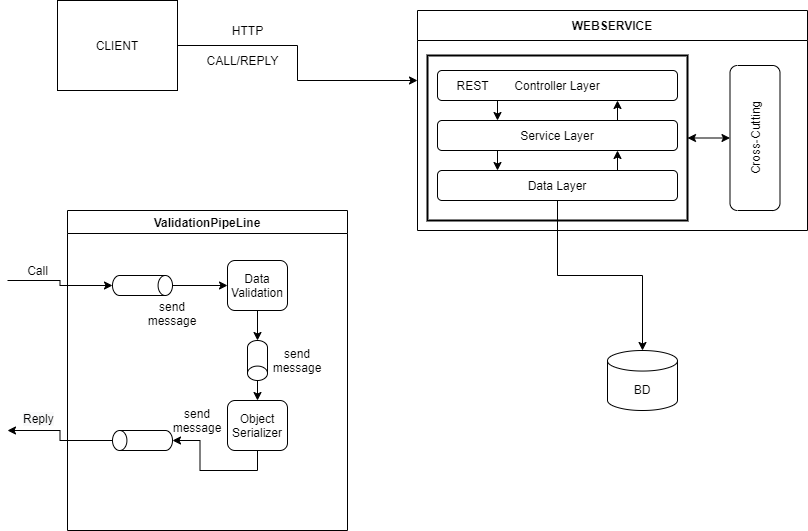
Earlier version of the draw.io export image.png (RicardoJardim/Pipes-Filters). Source tidied: cells renumbered, new cells last; positions are measured from the earlier drawing's top-left corner, leaving out a move shared by most shapes. Its diagram source:
```xml
<mxGraphModel>
  <root>
    <mxCell id="0" />
    <mxCell id="1" parent="0" />
    <mxCell id="2" style="edgeStyle=orthogonalEdgeStyle;rounded=0;jettySize=auto;html=1;exitX=1;exitY=0.5;exitDx=0;exitDy=0;" parent="1" edge="1" source="3">
      <mxGeometry relative="1" as="geometry">
        <mxPoint x="410" y="80" as="targetPoint" />
      </mxGeometry>
    </mxCell>
    <mxCell id="3" value="CLIENT" style="rounded=0;whiteSpace=wrap;html=1;" parent="1" vertex="1">
      <mxGeometry x="50" width="120" height="90" as="geometry" />
    </mxCell>
    <mxCell id="4" style="edgeStyle=orthogonalEdgeStyle;rounded=0;jettySize=auto;html=1;exitX=0.5;exitY=1;exitDx=0;exitDy=0;entryX=0.5;entryY=0;entryDx=0;entryDy=0;entryPerimeter=0;" parent="1" edge="1" source="13" target="19">
      <mxGeometry relative="1" as="geometry" />
    </mxCell>
    <mxCell id="5" value="WEBSERVICE" style="swimlane;fillColor=#FFFFFF;startSize=30;" parent="1" vertex="1">
      <mxGeometry x="410" y="10" width="390" height="220" as="geometry" />
    </mxCell>
    <mxCell id="6" style="edgeStyle=orthogonalEdgeStyle;rounded=0;jettySize=auto;html=1;exitX=0.25;exitY=1;exitDx=0;exitDy=0;entryX=0.25;entryY=0;entryDx=0;entryDy=0;" parent="5" edge="1" source="7" target="11">
      <mxGeometry relative="1" as="geometry" />
    </mxCell>
    <mxCell id="7" value="Controller Layer" style="rounded=1;whiteSpace=wrap;html=1;fillColor=#FFFFFF;" parent="5" vertex="1">
      <mxGeometry x="20" y="60" width="240" height="30" as="geometry" />
    </mxCell>
    <mxCell id="8" value="REST" style="text;html=1;align=center;verticalAlign=middle;strokeColor=none;" parent="5" vertex="1">
      <mxGeometry x="30" y="65" width="50" height="20" as="geometry" />
    </mxCell>
    <mxCell id="9" style="edgeStyle=orthogonalEdgeStyle;rounded=0;jettySize=auto;html=1;exitX=0.25;exitY=1;exitDx=0;exitDy=0;entryX=0.25;entryY=0;entryDx=0;entryDy=0;" parent="5" edge="1" source="11" target="13">
      <mxGeometry relative="1" as="geometry" />
    </mxCell>
    <mxCell id="10" style="edgeStyle=orthogonalEdgeStyle;rounded=0;jettySize=auto;html=1;exitX=0.75;exitY=0;exitDx=0;exitDy=0;entryX=0.75;entryY=1;entryDx=0;entryDy=0;" parent="5" edge="1" source="11" target="7">
      <mxGeometry relative="1" as="geometry" />
    </mxCell>
    <mxCell id="11" value="Service Layer" style="rounded=1;whiteSpace=wrap;html=1;fillColor=#FFFFFF;" parent="5" vertex="1">
      <mxGeometry x="20" y="110" width="240" height="30" as="geometry" />
    </mxCell>
    <mxCell id="12" style="edgeStyle=orthogonalEdgeStyle;rounded=0;jettySize=auto;html=1;exitX=0.75;exitY=0;exitDx=0;exitDy=0;entryX=0.75;entryY=1;entryDx=0;entryDy=0;" parent="5" edge="1" source="13" target="11">
      <mxGeometry relative="1" as="geometry" />
    </mxCell>
    <mxCell id="13" value="Data Layer" style="rounded=1;whiteSpace=wrap;html=1;fillColor=#FFFFFF;" parent="5" vertex="1">
      <mxGeometry x="20" y="160" width="240" height="30" as="geometry" />
    </mxCell>
    <mxCell id="14" value="Cross-Cutting" style="rounded=1;whiteSpace=wrap;html=1;rotation=-90;" parent="5" vertex="1">
      <mxGeometry x="265" y="102.5" width="145" height="50" as="geometry" />
    </mxCell>
    <mxCell id="15" style="edgeStyle=orthogonalEdgeStyle;rounded=0;jettySize=auto;html=1;exitX=1;exitY=0.5;exitDx=0;exitDy=0;startArrow=classic;startFill=1;strokeWidth=1;" parent="5" edge="1" source="16" target="14">
      <mxGeometry relative="1" as="geometry" />
    </mxCell>
    <mxCell id="16" style="rounded=0;whiteSpace=wrap;html=1;fillColor=none;strokeWidth=2;" parent="5" vertex="1">
      <mxGeometry x="10" y="45" width="260" height="165" as="geometry" />
    </mxCell>
    <mxCell id="17" value="HTTP" style="text;html=1;align=center;verticalAlign=middle;strokeColor=none;" parent="1" vertex="1">
      <mxGeometry x="215" y="20" width="50" height="20" as="geometry" />
    </mxCell>
    <mxCell id="18" value="CALL/REPLY" style="text;html=1;align=center;verticalAlign=middle;strokeColor=none;" parent="1" vertex="1">
      <mxGeometry x="190" y="50" width="90" height="20" as="geometry" />
    </mxCell>
    <mxCell id="19" value="BD" style="shape=cylinder3;whiteSpace=wrap;html=1;boundedLbl=1;backgroundOutline=1;size=10.275862068965523;fillColor=#FFFFFF;" parent="1" vertex="1">
      <mxGeometry x="600" y="350" width="70" height="60" as="geometry" />
    </mxCell>
    <mxCell id="20" value="ValidationPipeLine" style="swimlane;fillColor=#FFFFFF;" parent="1" vertex="1">
      <mxGeometry x="60" y="210" width="280" height="320" as="geometry" />
    </mxCell>
    <mxCell id="21" style="edgeStyle=orthogonalEdgeStyle;rounded=0;jettySize=auto;html=1;exitX=0.5;exitY=0;exitDx=0;exitDy=0;exitPerimeter=0;entryX=0;entryY=0.5;entryDx=0;entryDy=0;" parent="20" edge="1" source="22" target="25">
      <mxGeometry relative="1" as="geometry" />
    </mxCell>
    <mxCell id="22" style="shape=cylinder3;whiteSpace=wrap;html=1;boundedLbl=1;backgroundOutline=1;size=7.206896551724014;fillColor=#FFFFFF;rotation=90;" parent="20" vertex="1">
      <mxGeometry x="65" y="45" width="20" height="60" as="geometry" />
    </mxCell>
    <mxCell id="23" style="edgeStyle=orthogonalEdgeStyle;rounded=0;jettySize=auto;html=1;entryX=0.5;entryY=1;entryDx=0;entryDy=0;entryPerimeter=0;" parent="20" edge="1" target="22">
      <mxGeometry relative="1" as="geometry">
        <mxPoint x="-60" y="70" as="sourcePoint" />
      </mxGeometry>
    </mxCell>
    <mxCell id="24" style="edgeStyle=orthogonalEdgeStyle;rounded=0;jettySize=auto;html=1;exitX=0.5;exitY=1;exitDx=0;exitDy=0;entryX=0.5;entryY=1;entryDx=0;entryDy=0;entryPerimeter=0;" parent="20" edge="1" source="25" target="27">
      <mxGeometry relative="1" as="geometry" />
    </mxCell>
    <mxCell id="25" value="Data Validation" style="rounded=1;whiteSpace=wrap;html=1;" parent="20" vertex="1">
      <mxGeometry x="160" y="50" width="60" height="50" as="geometry" />
    </mxCell>
    <mxCell id="26" style="edgeStyle=orthogonalEdgeStyle;rounded=0;jettySize=auto;html=1;exitX=0.5;exitY=0;exitDx=0;exitDy=0;exitPerimeter=0;entryX=0.5;entryY=0;entryDx=0;entryDy=0;" parent="20" edge="1" source="27" target="29">
      <mxGeometry relative="1" as="geometry" />
    </mxCell>
    <mxCell id="27" style="shape=cylinder3;whiteSpace=wrap;html=1;boundedLbl=1;backgroundOutline=1;size=7.206896551724014;fillColor=#FFFFFF;rotation=-180;" parent="20" vertex="1">
      <mxGeometry x="180" y="130" width="20" height="40" as="geometry" />
    </mxCell>
    <mxCell id="28" style="edgeStyle=orthogonalEdgeStyle;rounded=0;jettySize=auto;html=1;exitX=0.5;exitY=1;exitDx=0;exitDy=0;entryX=0.5;entryY=1;entryDx=0;entryDy=0;entryPerimeter=0;" parent="20" edge="1" source="29" target="33">
      <mxGeometry relative="1" as="geometry" />
    </mxCell>
    <mxCell id="29" value="Object Serializer" style="rounded=1;whiteSpace=wrap;html=1;" parent="20" vertex="1">
      <mxGeometry x="160" y="190" width="60" height="50" as="geometry" />
    </mxCell>
    <mxCell id="30" value="send&lt;br&gt;message" style="text;html=1;strokeColor=none;fillColor=none;align=center;verticalAlign=middle;whiteSpace=wrap;rounded=0;" parent="20" vertex="1">
      <mxGeometry x="85" y="93" width="40" height="20" as="geometry" />
    </mxCell>
    <mxCell id="31" value="send&lt;br&gt;message" style="text;html=1;strokeColor=none;fillColor=none;align=center;verticalAlign=middle;whiteSpace=wrap;rounded=0;" parent="20" vertex="1">
      <mxGeometry x="210" y="140" width="40" height="20" as="geometry" />
    </mxCell>
    <mxCell id="32" value="send&lt;br&gt;message" style="text;html=1;strokeColor=none;fillColor=none;align=center;verticalAlign=middle;whiteSpace=wrap;rounded=0;" parent="20" vertex="1">
      <mxGeometry x="110" y="200" width="40" height="20" as="geometry" />
    </mxCell>
    <mxCell id="33" style="shape=cylinder3;whiteSpace=wrap;html=1;boundedLbl=1;backgroundOutline=1;size=7.206896551724014;fillColor=#FFFFFF;rotation=-90;" parent="20" vertex="1">
      <mxGeometry x="65" y="200" width="20" height="60" as="geometry" />
    </mxCell>
    <mxCell id="34" value="Call" style="text;html=1;align=center;verticalAlign=middle;strokeColor=none;" parent="1" vertex="1">
      <mxGeometry x="10" y="260" width="40" height="20" as="geometry" />
    </mxCell>
    <mxCell id="35" style="edgeStyle=orthogonalEdgeStyle;rounded=0;jettySize=auto;html=1;exitX=0.5;exitY=0;exitDx=0;exitDy=0;exitPerimeter=0;" parent="1" edge="1" source="33">
      <mxGeometry relative="1" as="geometry">
        <mxPoint y="430" as="targetPoint" />
      </mxGeometry>
    </mxCell>
    <mxCell id="36" value="&lt;span style=&quot;color: rgb(0 , 0 , 0) ; font-family: &amp;#34;helvetica&amp;#34; ; font-size: 12px ; font-style: normal ; font-weight: 400 ; letter-spacing: normal ; text-align: center ; text-indent: 0px ; text-transform: none ; word-spacing: 0px ; background-color: rgb(248 , 249 , 250) ; display: inline ; float: none&quot;&gt;Reply&lt;br&gt;&lt;/span&gt;" style="text;whiteSpace=wrap;html=1;" parent="1" vertex="1">
      <mxGeometry x="14" y="405" width="30" height="20" as="geometry" />
    </mxCell>
  </root>
</mxGraphModel>
```
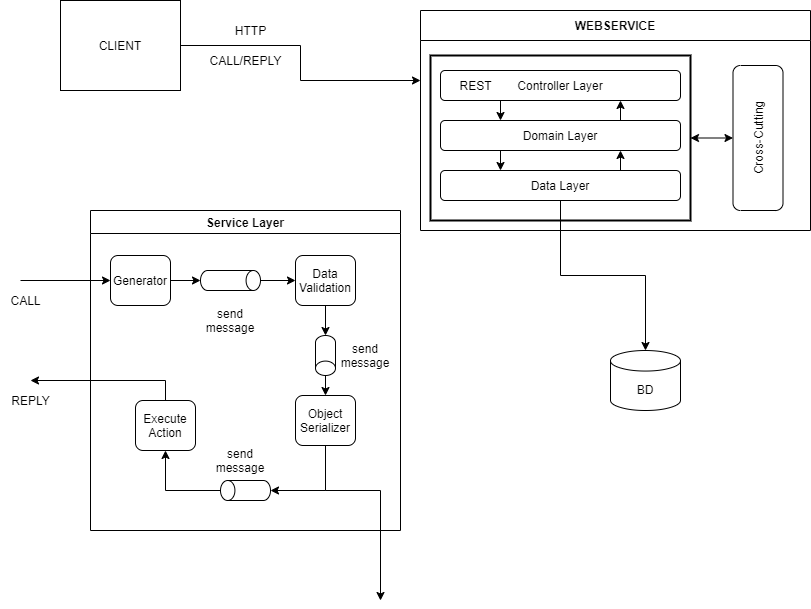
The same diagram one commit later.

Change to the diagram source:
```diff
@@ -16,6 +16,9 @@
     <mxCell id="5" value="WEBSERVICE" style="swimlane;fillColor=#FFFFFF;startSize=30;" parent="1" vertex="1">
       <mxGeometry x="410" y="10" width="390" height="220" as="geometry" />
     </mxCell>
+    <mxCell id="16" style="rounded=0;whiteSpace=wrap;html=1;fillColor=none;strokeWidth=2;" parent="5" vertex="1">
+      <mxGeometry x="10" y="45" width="260" height="165" as="geometry" />
+    </mxCell>
     <mxCell id="6" style="edgeStyle=orthogonalEdgeStyle;rounded=0;jettySize=auto;html=1;exitX=0.25;exitY=1;exitDx=0;exitDy=0;entryX=0.25;entryY=0;entryDx=0;entryDy=0;" parent="5" edge="1" source="7" target="11">
       <mxGeometry relative="1" as="geometry" />
     </mxCell>
@@ -31,7 +34,7 @@
     <mxCell id="10" style="edgeStyle=orthogonalEdgeStyle;rounded=0;jettySize=auto;html=1;exitX=0.75;exitY=0;exitDx=0;exitDy=0;entryX=0.75;entryY=1;entryDx=0;entryDy=0;" parent="5" edge="1" source="11" target="7">
       <mxGeometry relative="1" as="geometry" />
     </mxCell>
-    <mxCell id="11" value="Service Layer" style="rounded=1;whiteSpace=wrap;html=1;fillColor=#FFFFFF;" parent="5" vertex="1">
+    <mxCell id="11" value="Domain Layer" style="rounded=1;whiteSpace=wrap;html=1;fillColor=#FFFFFF;" parent="5" vertex="1">
       <mxGeometry x="20" y="110" width="240" height="30" as="geometry" />
     </mxCell>
     <mxCell id="12" style="edgeStyle=orthogonalEdgeStyle;rounded=0;jettySize=auto;html=1;exitX=0.75;exitY=0;exitDx=0;exitDy=0;entryX=0.75;entryY=1;entryDx=0;entryDy=0;" parent="5" edge="1" source="13" target="11">
@@ -46,9 +49,6 @@
     <mxCell id="15" style="edgeStyle=orthogonalEdgeStyle;rounded=0;jettySize=auto;html=1;exitX=1;exitY=0.5;exitDx=0;exitDy=0;startArrow=classic;startFill=1;strokeWidth=1;" parent="5" edge="1" source="16" target="14">
       <mxGeometry relative="1" as="geometry" />
     </mxCell>
-    <mxCell id="16" style="rounded=0;whiteSpace=wrap;html=1;fillColor=none;strokeWidth=2;" parent="5" vertex="1">
-      <mxGeometry x="10" y="45" width="260" height="165" as="geometry" />
-    </mxCell>
     <mxCell id="17" value="HTTP" style="text;html=1;align=center;verticalAlign=middle;strokeColor=none;" parent="1" vertex="1">
       <mxGeometry x="215" y="20" width="50" height="20" as="geometry" />
     </mxCell>
@@ -58,60 +58,86 @@
     <mxCell id="19" value="BD" style="shape=cylinder3;whiteSpace=wrap;html=1;boundedLbl=1;backgroundOutline=1;size=10.275862068965523;fillColor=#FFFFFF;" parent="1" vertex="1">
       <mxGeometry x="600" y="350" width="70" height="60" as="geometry" />
     </mxCell>
-    <mxCell id="20" value="ValidationPipeLine" style="swimlane;fillColor=#FFFFFF;" parent="1" vertex="1">
-      <mxGeometry x="60" y="210" width="280" height="320" as="geometry" />
+    <mxCell id="20" value="Service Layer" style="swimlane;fillColor=#FFFFFF;" parent="1" vertex="1">
+      <mxGeometry x="80" y="210" width="310" height="320" as="geometry" />
     </mxCell>
-    <mxCell id="21" style="edgeStyle=orthogonalEdgeStyle;rounded=0;jettySize=auto;html=1;exitX=0.5;exitY=0;exitDx=0;exitDy=0;exitPerimeter=0;entryX=0;entryY=0.5;entryDx=0;entryDy=0;" parent="20" edge="1" source="22" target="25">
-      <mxGeometry relative="1" as="geometry" />
+    <mxCell id="21" style="edgeStyle=orthogonalEdgeStyle;rounded=0;jettySize=auto;html=1;exitX=0.5;exitY=0;exitDx=0;exitDy=0;exitPerimeter=0;entryX=0;entryY=0.5;entryDx=0;entryDy=0;" parent="20" edge="1" target="25">
+      <mxGeometry relative="1" as="geometry">
+        <mxPoint x="150" y="70" as="sourcePoint" />
+      </mxGeometry>
     </mxCell>
+    <mxCell id="37" style="edgeStyle=orthogonalEdgeStyle;rounded=0;jettySize=auto;html=1;exitX=0.5;exitY=1;exitDx=0;exitDy=0;exitPerimeter=0;entryX=1;entryY=0.5;entryDx=0;entryDy=0;startArrow=classic;startFill=1;endArrow=none;endFill=0;" parent="20" edge="1" source="22" target="41">
+      <mxGeometry relative="1" as="geometry" />
+    </mxCell>
     <mxCell id="22" style="shape=cylinder3;whiteSpace=wrap;html=1;boundedLbl=1;backgroundOutline=1;size=7.206896551724014;fillColor=#FFFFFF;rotation=90;" parent="20" vertex="1">
-      <mxGeometry x="65" y="45" width="20" height="60" as="geometry" />
+      <mxGeometry x="130" y="40" width="20" height="60" as="geometry" />
     </mxCell>
-    <mxCell id="23" style="edgeStyle=orthogonalEdgeStyle;rounded=0;jettySize=auto;html=1;entryX=0.5;entryY=1;entryDx=0;entryDy=0;entryPerimeter=0;" parent="20" edge="1" target="22">
-      <mxGeometry relative="1" as="geometry">
-        <mxPoint x="-60" y="70" as="sourcePoint" />
-      </mxGeometry>
-    </mxCell>
     <mxCell id="24" style="edgeStyle=orthogonalEdgeStyle;rounded=0;jettySize=auto;html=1;exitX=0.5;exitY=1;exitDx=0;exitDy=0;entryX=0.5;entryY=1;entryDx=0;entryDy=0;entryPerimeter=0;" parent="20" edge="1" source="25" target="27">
       <mxGeometry relative="1" as="geometry" />
     </mxCell>
     <mxCell id="25" value="Data Validation" style="rounded=1;whiteSpace=wrap;html=1;" parent="20" vertex="1">
-      <mxGeometry x="160" y="50" width="60" height="50" as="geometry" />
+      <mxGeometry x="205" y="45" width="60" height="50" as="geometry" />
     </mxCell>
     <mxCell id="26" style="edgeStyle=orthogonalEdgeStyle;rounded=0;jettySize=auto;html=1;exitX=0.5;exitY=0;exitDx=0;exitDy=0;exitPerimeter=0;entryX=0.5;entryY=0;entryDx=0;entryDy=0;" parent="20" edge="1" source="27" target="29">
       <mxGeometry relative="1" as="geometry" />
     </mxCell>
     <mxCell id="27" style="shape=cylinder3;whiteSpace=wrap;html=1;boundedLbl=1;backgroundOutline=1;size=7.206896551724014;fillColor=#FFFFFF;rotation=-180;" parent="20" vertex="1">
-      <mxGeometry x="180" y="130" width="20" height="40" as="geometry" />
+      <mxGeometry x="225" y="125" width="20" height="40" as="geometry" />
     </mxCell>
-    <mxCell id="28" style="edgeStyle=orthogonalEdgeStyle;rounded=0;jettySize=auto;html=1;exitX=0.5;exitY=1;exitDx=0;exitDy=0;entryX=0.5;entryY=1;entryDx=0;entryDy=0;entryPerimeter=0;" parent="20" edge="1" source="29" target="33">
+    <mxCell id="28" style="edgeStyle=orthogonalEdgeStyle;rounded=0;jettySize=auto;html=1;exitX=0.5;exitY=1;exitDx=0;exitDy=0;entryX=0.5;entryY=1;entryDx=0;entryDy=0;entryPerimeter=0;" parent="20" edge="1" source="29" target="39">
       <mxGeometry relative="1" as="geometry" />
     </mxCell>
     <mxCell id="29" value="Object Serializer" style="rounded=1;whiteSpace=wrap;html=1;" parent="20" vertex="1">
-      <mxGeometry x="160" y="190" width="60" height="50" as="geometry" />
+      <mxGeometry x="205" y="185" width="60" height="50" as="geometry" />
     </mxCell>
+    <mxCell id="38" style="edgeStyle=orthogonalEdgeStyle;rounded=0;jettySize=auto;html=1;exitX=0.5;exitY=0;exitDx=0;exitDy=0;exitPerimeter=0;entryX=0.5;entryY=1;entryDx=0;entryDy=0;" parent="20" edge="1" source="39" target="40">
+      <mxGeometry relative="1" as="geometry" />
+    </mxCell>
+    <mxCell id="39" style="shape=cylinder3;whiteSpace=wrap;html=1;boundedLbl=1;backgroundOutline=1;size=7.206896551724014;fillColor=#FFFFFF;rotation=-90;" parent="20" vertex="1">
+      <mxGeometry x="145" y="255" width="20" height="50" as="geometry" />
+    </mxCell>
+    <mxCell id="40" value="Execute Action" style="rounded=1;whiteSpace=wrap;html=1;" parent="20" vertex="1">
+      <mxGeometry x="45" y="190" width="60" height="50" as="geometry" />
+    </mxCell>
     <mxCell id="30" value="send&lt;br&gt;message" style="text;html=1;strokeColor=none;fillColor=none;align=center;verticalAlign=middle;whiteSpace=wrap;rounded=0;" parent="20" vertex="1">
-      <mxGeometry x="85" y="93" width="40" height="20" as="geometry" />
+      <mxGeometry x="120" y="100" width="40" height="20" as="geometry" />
     </mxCell>
     <mxCell id="31" value="send&lt;br&gt;message" style="text;html=1;strokeColor=none;fillColor=none;align=center;verticalAlign=middle;whiteSpace=wrap;rounded=0;" parent="20" vertex="1">
-      <mxGeometry x="210" y="140" width="40" height="20" as="geometry" />
+      <mxGeometry x="255" y="135" width="40" height="20" as="geometry" />
     </mxCell>
+    <mxCell id="41" value="Generator" style="rounded=1;whiteSpace=wrap;html=1;" parent="20" vertex="1">
+      <mxGeometry x="20" y="45" width="60" height="50" as="geometry" />
+    </mxCell>
     <mxCell id="32" value="send&lt;br&gt;message" style="text;html=1;strokeColor=none;fillColor=none;align=center;verticalAlign=middle;whiteSpace=wrap;rounded=0;" parent="20" vertex="1">
-      <mxGeometry x="110" y="200" width="40" height="20" as="geometry" />
+      <mxGeometry x="130" y="240" width="40" height="20" as="geometry" />
     </mxCell>
-    <mxCell id="33" style="shape=cylinder3;whiteSpace=wrap;html=1;boundedLbl=1;backgroundOutline=1;size=7.206896551724014;fillColor=#FFFFFF;rotation=-90;" parent="20" vertex="1">
-      <mxGeometry x="65" y="200" width="20" height="60" as="geometry" />
-    </mxCell>
-    <mxCell id="34" value="Call" style="text;html=1;align=center;verticalAlign=middle;strokeColor=none;" parent="1" vertex="1">
-      <mxGeometry x="10" y="260" width="40" height="20" as="geometry" />
+    <mxCell id="34" value="CALL" style="text;html=1;align=center;verticalAlign=middle;strokeColor=none;" parent="1" vertex="1">
+      <mxGeometry x="-10" y="290" width="50" height="20" as="geometry" />
     </mxCell>
-    <mxCell id="35" style="edgeStyle=orthogonalEdgeStyle;rounded=0;jettySize=auto;html=1;exitX=0.5;exitY=0;exitDx=0;exitDy=0;exitPerimeter=0;" parent="1" edge="1" source="33">
-      <mxGeometry relative="1" as="geometry">
-        <mxPoint y="430" as="targetPoint" />
-      </mxGeometry>
-    </mxCell>
-    <mxCell id="36" value="&lt;span style=&quot;color: rgb(0 , 0 , 0) ; font-family: &amp;#34;helvetica&amp;#34; ; font-size: 12px ; font-style: normal ; font-weight: 400 ; letter-spacing: normal ; text-align: center ; text-indent: 0px ; text-transform: none ; word-spacing: 0px ; background-color: rgb(248 , 249 , 250) ; display: inline ; float: none&quot;&gt;Reply&lt;br&gt;&lt;/span&gt;" style="text;whiteSpace=wrap;html=1;" parent="1" vertex="1">
-      <mxGeometry x="14" y="405" width="30" height="20" as="geometry" />
-    </mxCell>
+    <mxCell id="42" style="edgeStyle=orthogonalEdgeStyle;rounded=0;jettySize=auto;html=1;exitX=0.5;exitY=0;exitDx=0;exitDy=0;" parent="1" edge="1" source="40">
+      <mxGeometry relative="1" as="geometry">
+        <mxPoint x="20" y="380" as="targetPoint" />
+        <Array as="points">
+          <mxPoint x="155" y="380" />
+        </Array>
+      </mxGeometry>
+    </mxCell>
+    <mxCell id="43" style="edgeStyle=orthogonalEdgeStyle;rounded=0;jettySize=auto;html=1;exitX=0;exitY=0.5;exitDx=0;exitDy=0;endArrow=none;endFill=0;startArrow=classic;startFill=1;" parent="1" edge="1" source="41">
+      <mxGeometry relative="1" as="geometry">
+        <mxPoint x="10" y="280" as="targetPoint" />
+      </mxGeometry>
+    </mxCell>
+    <mxCell id="44" style="edgeStyle=orthogonalEdgeStyle;rounded=0;jettySize=auto;html=1;exitX=0.5;exitY=1;exitDx=0;exitDy=0;startArrow=none;startFill=0;endArrow=classic;endFill=1;" parent="1" edge="1" source="29">
+      <mxGeometry relative="1" as="geometry">
+        <mxPoint x="370" y="600" as="targetPoint" />
+        <Array as="points">
+          <mxPoint x="315" y="490" />
+          <mxPoint x="370" y="490" />
+        </Array>
+      </mxGeometry>
+    </mxCell>
+    <mxCell id="45" value="REPLY" style="text;html=1;align=center;verticalAlign=middle;strokeColor=none;fillColor=none;" parent="1" vertex="1">
+      <mxGeometry x="-5" y="390" width="50" height="20" as="geometry" />
+    </mxCell>
   </root>
 </mxGraphModel>
```
